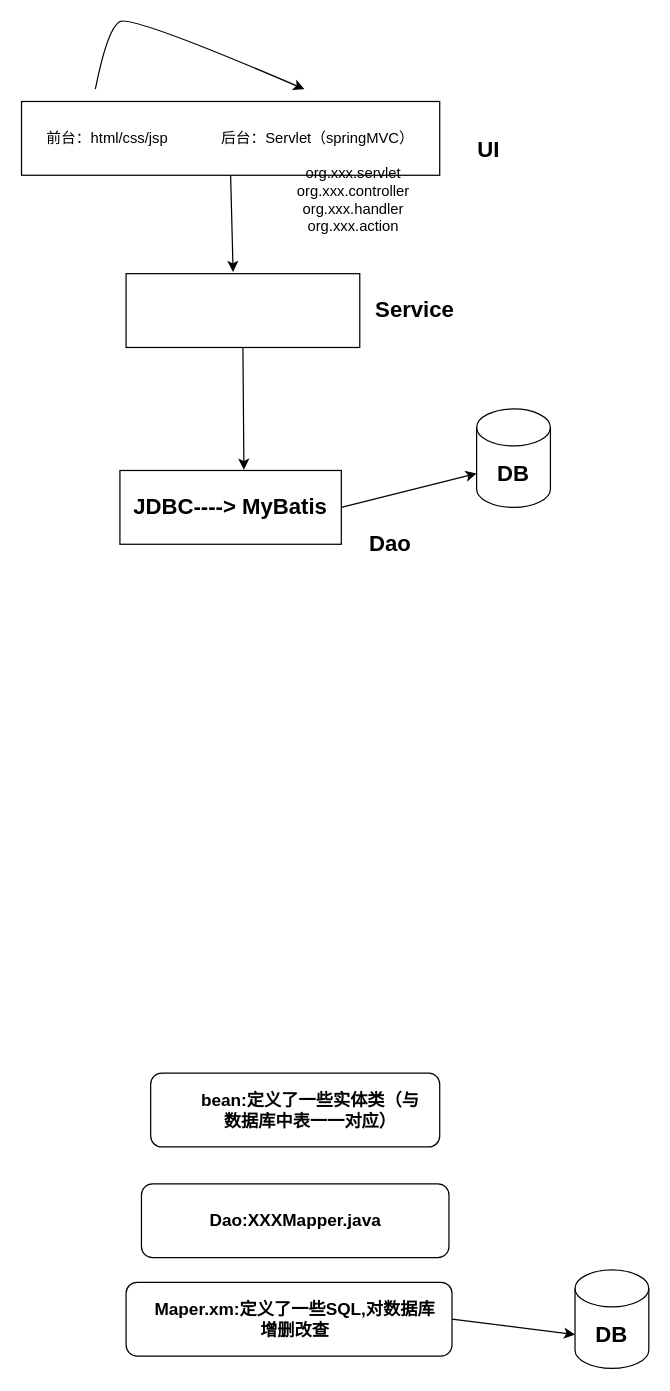
This is crud-express1/SMM framework.drawio from gitofding/first_repository, a draw.io file, before an edit. Source tidied: cells renumbered, new cells numbered last; positions are measured from the earlier drawing's top-left corner, leaving out a move shared by most shapes. Both pictures are drawn from the tidied source at 123%, with x=0, y=0 at pixel (21, 15).
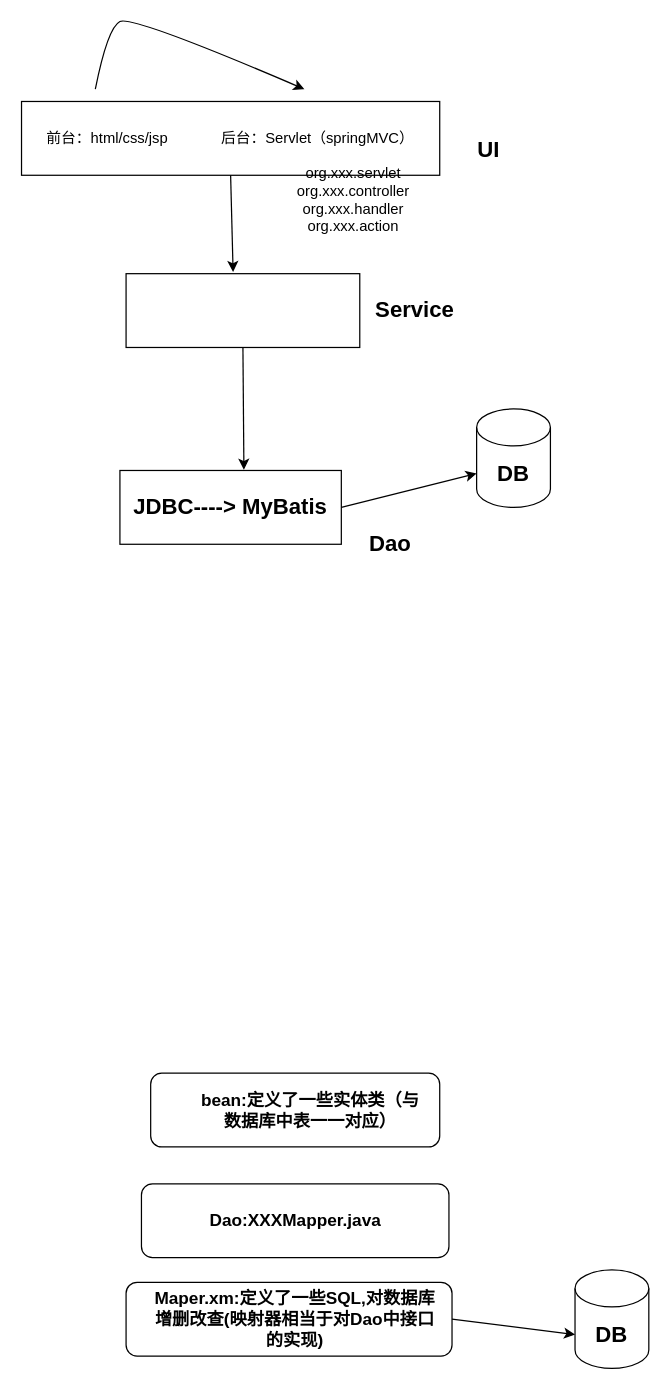
The same page after the edit.

Diff of the diagram source:
```diff
@@
-    <mxCell id="17" value="&lt;font style=&quot;font-size: 14px&quot;&gt;&lt;b&gt;Maper.xm:定义了一些SQL,对数据库增删改查&lt;/b&gt;&lt;/font&gt;" style="text;html=1;strokeColor=none;fillColor=none;align=center;verticalAlign=middle;whiteSpace=wrap;rounded=0;" parent="1" vertex="1">
+    <mxCell id="17" value="&lt;font style=&quot;font-size: 14px&quot;&gt;&lt;b&gt;Maper.xm:定义了一些SQL,对数据库增删改查(映射器相当于对Dao中接口的实现)&lt;/b&gt;&lt;/font&gt;" style="text;html=1;strokeColor=none;fillColor=none;align=center;verticalAlign=middle;whiteSpace=wrap;rounded=0;" parent="1" vertex="1">
       <mxGeometry x="105" y="1050" width="235" height="20" as="geometry" />
     </mxCell>
```
